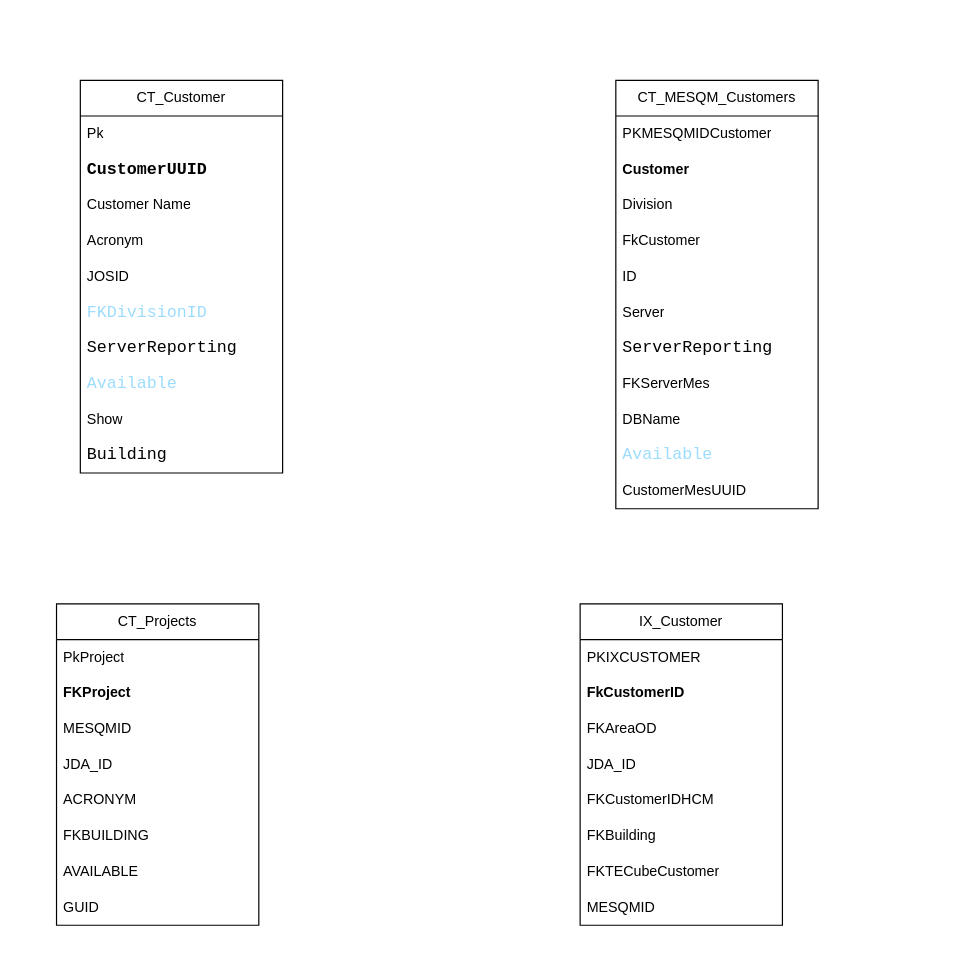
byok22/backend keeps this draw.io diagram as page "Customers TestProductivity" (9 of 9) of Untitled Diagram.drawio. Above is the earlier version. Source tidied: cells renumbered, new cells numbered last; positions are measured from the earlier drawing's top-left corner, leaving out a move shared by most shapes. Both pictures are drawn from the tidied source at 119%, with x=0, y=0 at pixel (56, 80).
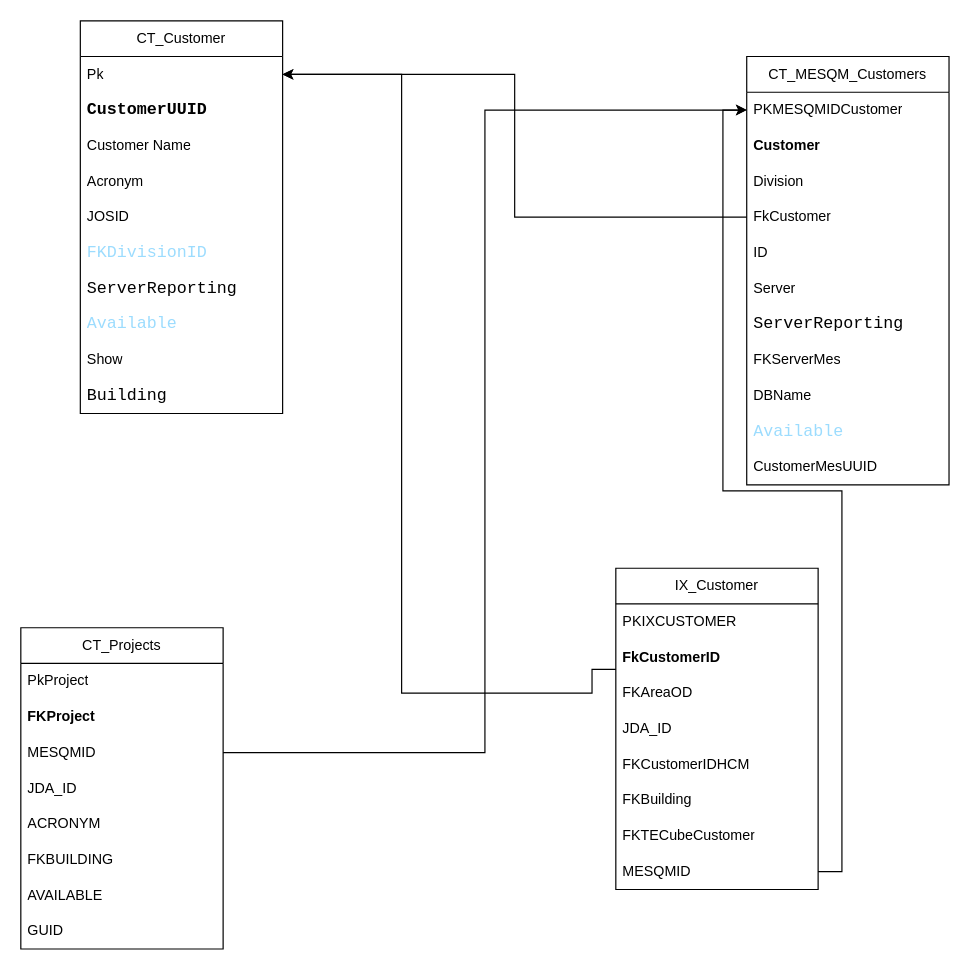
The same page after the edit.

Commit message:
Diagramas Customers en TestProductivity.drawio

Unchanged cells that the change refers to:
```xml
<mxCell id="3" value="Pk" style="text;strokeColor=none;fillColor=none;align=left;verticalAlign=middle;spacingLeft=4;spacingRight=4;overflow=hidden;points=[[0,0.5],[1,0.5]];portConstraint=eastwest;whiteSpace=wrap;html=1;" parent="2" vertex="1">
  <mxGeometry y="30" width="170" height="30" as="geometry" />
</mxCell>
<mxCell id="14" value="PKMESQMIDCustomer" style="text;strokeColor=none;fillColor=none;align=left;verticalAlign=middle;spacingLeft=4;spacingRight=4;overflow=hidden;points=[[0,0.5],[1,0.5]];portConstraint=eastwest;whiteSpace=wrap;html=1;" parent="13" vertex="1">
  <mxGeometry y="30" width="170" height="30" as="geometry" />
</mxCell>
<mxCell id="17" value="FkCustomer" style="text;strokeColor=none;fillColor=none;align=left;verticalAlign=middle;spacingLeft=4;spacingRight=4;overflow=hidden;points=[[0,0.5],[1,0.5]];portConstraint=eastwest;whiteSpace=wrap;html=1;" parent="13" vertex="1">
  <mxGeometry y="120" width="170" height="30" as="geometry" />
</mxCell>
<mxCell id="28" value="MESQMID" style="text;strokeColor=none;fillColor=none;align=left;verticalAlign=middle;spacingLeft=4;spacingRight=4;overflow=hidden;points=[[0,0.5],[1,0.5]];portConstraint=eastwest;whiteSpace=wrap;html=1;" parent="25" vertex="1">
  <mxGeometry y="90" width="170" height="30" as="geometry" />
</mxCell>
<mxCell id="36" value="FkCustomerID" style="text;align=left;verticalAlign=middle;spacingLeft=4;spacingRight=4;overflow=hidden;points=[[0,0.5],[1,0.5]];portConstraint=eastwest;whiteSpace=wrap;html=1;fontStyle=1;" parent="34" vertex="1">
  <mxGeometry y="60" width="170" height="30" as="geometry" />
</mxCell>
<mxCell id="42" value="MESQMID" style="text;strokeColor=none;fillColor=none;align=left;verticalAlign=middle;spacingLeft=4;spacingRight=4;overflow=hidden;points=[[0,0.5],[1,0.5]];portConstraint=eastwest;whiteSpace=wrap;html=1;" parent="34" vertex="1">
  <mxGeometry y="240" width="170" height="30" as="geometry" />
</mxCell>
```

The edit, as a diff of the source:
```diff
@@
     <mxCell id="2" value="CT_Customer" style="swimlane;fontStyle=0;horizontal=1;startSize=30;whiteSpace=wrap;html=1;" parent="1" vertex="1">
-      <mxGeometry x="20" width="170" height="330" as="geometry" />
+      <mxGeometry x="20" y="-50" width="170" height="330" as="geometry" />
     </mxCell>
@@
     <mxCell id="13" value="&lt;div&gt;CT_MESQM_Customers&lt;/div&gt;" style="swimlane;fontStyle=0;horizontal=1;startSize=30;whiteSpace=wrap;html=1;" parent="1" vertex="1">
-      <mxGeometry x="470" width="170" height="360" as="geometry" />
+      <mxGeometry x="580" y="-20" width="170" height="360" as="geometry" />
     </mxCell>
@@
     <mxCell id="25" value="CT_Projects" style="swimlane;fontStyle=0;horizontal=1;startSize=30;whiteSpace=wrap;html=1;" parent="1" vertex="1">
-      <mxGeometry y="440" width="170" height="270" as="geometry" />
+      <mxGeometry x="-30" y="460" width="170" height="270" as="geometry" />
     </mxCell>
@@
     <mxCell id="34" value="IX_Customer" style="swimlane;fontStyle=0;horizontal=1;startSize=30;whiteSpace=wrap;html=1;" parent="1" vertex="1">
-      <mxGeometry x="440" y="440" width="170" height="270" as="geometry" />
+      <mxGeometry x="470" y="410" width="170" height="270" as="geometry" />
     </mxCell>
@@
+    <mxCell id="43" style="edgeStyle=orthogonalEdgeStyle;rounded=0;jettySize=auto;html=1;" parent="1" edge="1" source="17" target="3">
+      <mxGeometry relative="1" as="geometry" />
+    </mxCell>
+    <mxCell id="44" style="edgeStyle=orthogonalEdgeStyle;rounded=0;jettySize=auto;html=1;entryX=1;entryY=0.5;entryDx=0;entryDy=0;" parent="1" edge="1" source="36" target="3">
+      <mxGeometry relative="1" as="geometry">
+        <Array as="points">
+          <mxPoint x="450" y="495" />
+          <mxPoint x="450" y="515" />
+          <mxPoint x="290" y="515" />
+          <mxPoint x="290" y="-5" />
+        </Array>
+      </mxGeometry>
+    </mxCell>
+    <mxCell id="45" style="edgeStyle=orthogonalEdgeStyle;rounded=0;jettySize=auto;html=1;" parent="1" edge="1" source="42" target="14">
+      <mxGeometry relative="1" as="geometry" />
+    </mxCell>
+    <mxCell id="46" style="edgeStyle=orthogonalEdgeStyle;rounded=0;jettySize=auto;html=1;entryX=0;entryY=0.5;entryDx=0;entryDy=0;" parent="1" edge="1" source="28" target="14">
+      <mxGeometry relative="1" as="geometry" />
+    </mxCell>
```
